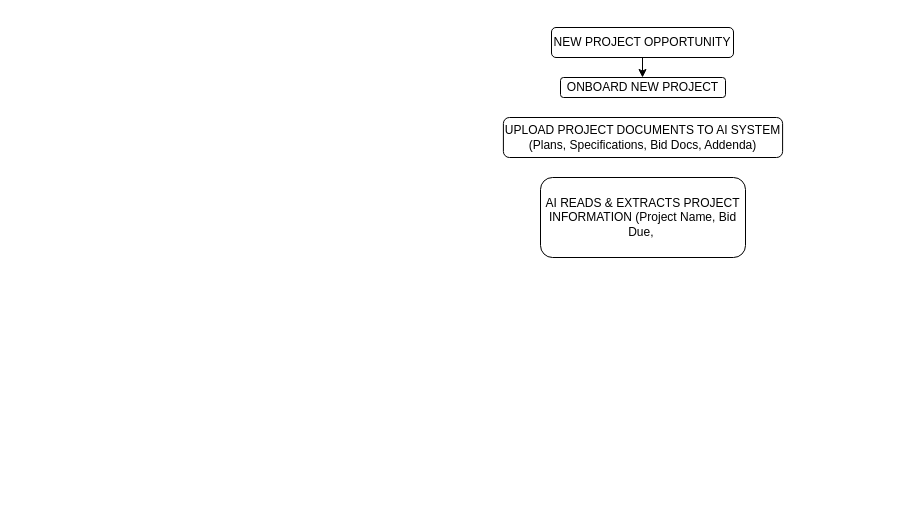
Halo7726/Construction-Estimating-System keeps this draw.io diagram as Estimating Diagram.drawio. Above is the earlier version. Source tidied: cells renumbered, new cells numbered last; positions are measured from the earlier drawing's top-left corner, leaving out a move shared by most shapes. Both pictures are drawn from the tidied source at 100%, with x=0, y=0 at pixel (503, 27).
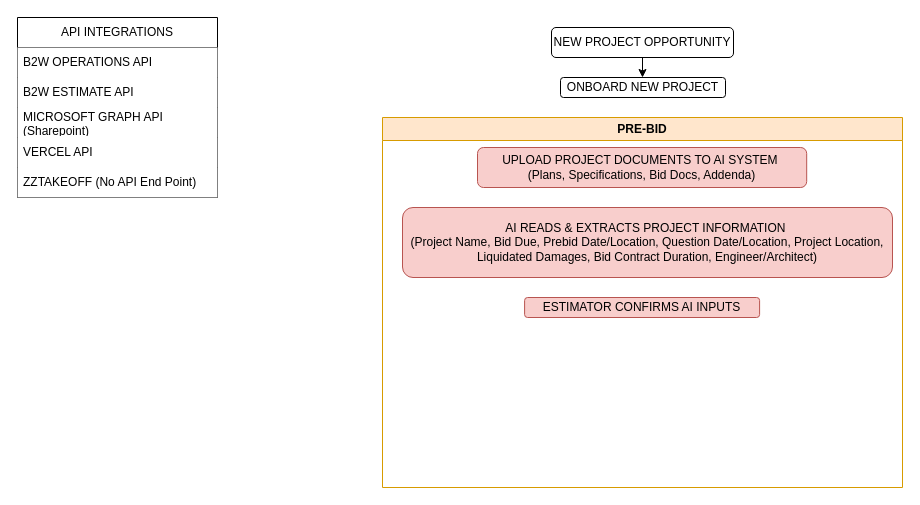
Above is the later version.

The edit, as a diff of the source:
```diff
@@
 <mxGraphModel>
   <root>
     <mxCell id="0" />
     <mxCell id="1" parent="0" />
     <mxCell id="2" style="edgeStyle=orthogonalEdgeStyle;rounded=0;jettySize=auto;html=1;exitX=0.5;exitY=1;exitDx=0;exitDy=0;" parent="1" edge="1" source="3" target="4">
       <mxGeometry relative="1" as="geometry" />
     </mxCell>
     <mxCell id="3" value="NEW PROJECT OPPORTUNITY" style="rounded=1;whiteSpace=wrap;html=1;" parent="1" vertex="1">
       <mxGeometry x="48" width="182" height="30" as="geometry" />
     </mxCell>
     <mxCell id="4" value="&lt;div&gt;ONBOARD NEW PROJECT&lt;/div&gt;" style="rounded=1;whiteSpace=wrap;html=1;" parent="1" vertex="1">
       <mxGeometry x="57" y="50" width="165" height="20" as="geometry" />
     </mxCell>
+    <mxCell id="7" value="PRE-BID" style="swimlane;whiteSpace=wrap;html=1;fillColor=#ffe6cc;strokeColor=#d79b00;" parent="1" vertex="1">
+      <mxGeometry x="-121" y="90" width="520" height="370" as="geometry" />
+    </mxCell>
-    <mxCell id="5" value="UPLOAD PROJECT DOCUMENTS TO AI SYSTEM (Plans, Specifications, Bid Docs, Addenda)" style="rounded=1;whiteSpace=wrap;html=1;" parent="1" vertex="1">
-      <mxGeometry x="-0.1" y="90" width="279.2" height="40" as="geometry" />
+    <mxCell id="5" value="&lt;div&gt;UPLOAD PROJECT DOCUMENTS TO AI SYSTEM&amp;nbsp;&lt;/div&gt;&lt;div&gt;(Plans, Specifications, Bid Docs, Addenda)&lt;/div&gt;" style="rounded=1;whiteSpace=wrap;html=1;fillColor=#f8cecc;strokeColor=#b85450;" parent="7" vertex="1">
+      <mxGeometry x="95" y="30" width="329.2" height="40" as="geometry" />
     </mxCell>
-    <mxCell id="6" value="AI READS &amp;amp; EXTRACTS PROJECT INFORMATION (Project Name, Bid Due,&amp;nbsp;" style="rounded=1;whiteSpace=wrap;html=1;" parent="1" vertex="1">
-      <mxGeometry x="37" y="150" width="205" height="80" as="geometry" />
+    <mxCell id="6" value="&lt;div&gt;AI READS &amp;amp; EXTRACTS PROJECT INFORMATION&amp;nbsp;&lt;/div&gt;&lt;div&gt;(Project Name, Bid Due, Prebid Date/Location, Question Date/Location, Project Location, Liquidated Damages, Bid Contract Duration, Engineer/Architect)&lt;/div&gt;" style="rounded=1;whiteSpace=wrap;html=1;noLabel=0;fillColor=#f8cecc;strokeColor=#b85450;" parent="7" vertex="1">
+      <mxGeometry x="20" y="90" width="490" height="70" as="geometry" />
     </mxCell>
+    <mxCell id="8" value="ESTIMATOR CONFIRMS AI INPUTS" style="rounded=1;whiteSpace=wrap;html=1;fillColor=#f8cecc;strokeColor=#b85450;" parent="7" vertex="1">
+      <mxGeometry x="142.1" y="180" width="235" height="20" as="geometry" />
+    </mxCell>
+    <mxCell id="9" value="API INTEGRATIONS" style="swimlane;fontStyle=0;horizontal=1;startSize=30;whiteSpace=wrap;html=1;" parent="1" vertex="1">
+      <mxGeometry x="-486" y="-10" width="200" height="180" as="geometry" />
+    </mxCell>
+    <mxCell id="10" value="B2W OPERATIONS API" style="text;strokeColor=none;fillColor=light-dark(#FFFFFF,#FF3333);align=left;verticalAlign=middle;spacingLeft=4;spacingRight=4;overflow=hidden;whiteSpace=wrap;html=1;" parent="9" vertex="1">
+      <mxGeometry y="30" width="200" height="30" as="geometry" />
+    </mxCell>
+    <mxCell id="11" value="B2W ESTIMATE API" style="text;strokeColor=none;fillColor=light-dark(#FFFFFF,#FF3333);align=left;verticalAlign=middle;spacingLeft=4;spacingRight=4;overflow=hidden;whiteSpace=wrap;html=1;" parent="9" vertex="1">
+      <mxGeometry y="60" width="200" height="30" as="geometry" />
+    </mxCell>
+    <mxCell id="12" value="MICROSOFT GRAPH API (Sharepoint)" style="text;strokeColor=none;fillColor=light-dark(#FFFFFF,#FF3333);align=left;verticalAlign=middle;spacingLeft=4;spacingRight=4;overflow=hidden;whiteSpace=wrap;html=1;" parent="9" vertex="1">
+      <mxGeometry y="90" width="200" height="30" as="geometry" />
+    </mxCell>
+    <mxCell id="13" value="VERCEL API" style="text;strokeColor=none;fillColor=light-dark(#FFFFFF,#FF3333);align=left;verticalAlign=middle;spacingLeft=4;spacingRight=4;overflow=hidden;whiteSpace=wrap;html=1;" parent="9" vertex="1">
+      <mxGeometry y="120" width="200" height="30" as="geometry" />
+    </mxCell>
+    <mxCell id="14" value="ZZTAKEOFF (No API End Point)" style="text;strokeColor=none;fillColor=light-dark(#FFFFFF,#FF3333);align=left;verticalAlign=middle;spacingLeft=4;spacingRight=4;overflow=hidden;whiteSpace=wrap;html=1;" parent="9" vertex="1">
+      <mxGeometry y="150" width="200" height="30" as="geometry" />
+    </mxCell>
   </root>
 </mxGraphModel>
```
